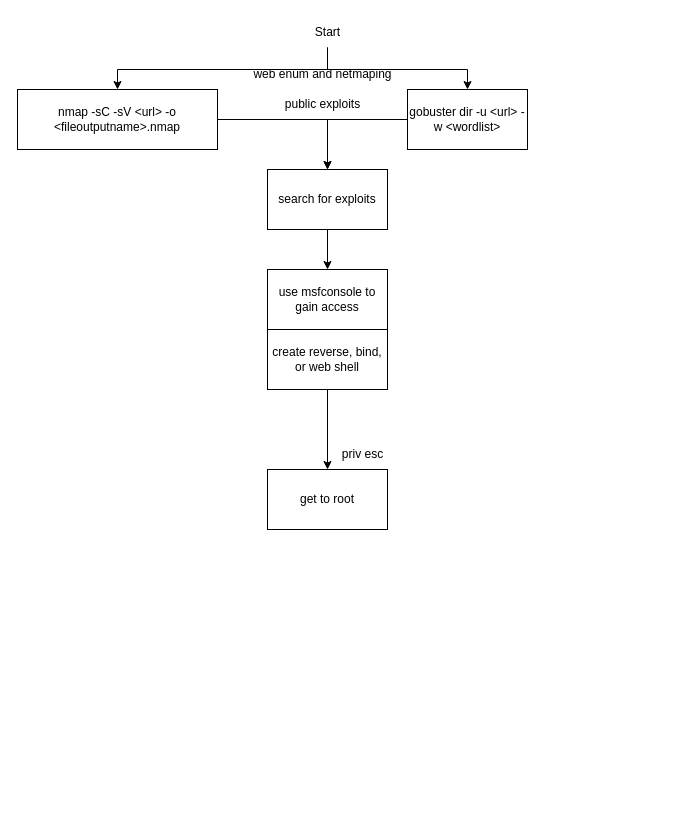
This is page "top-level" (1 of 3) of starting-point.drawio from aahuinink/htb, a draw.io file, before an edit. Source tidied: cells renumbered, new cells numbered last; positions are measured from the earlier drawing's top-left corner, leaving out a move shared by most shapes. Both pictures are drawn from the tidied source at 100%, with x=0, y=0 at pixel (17, 17).
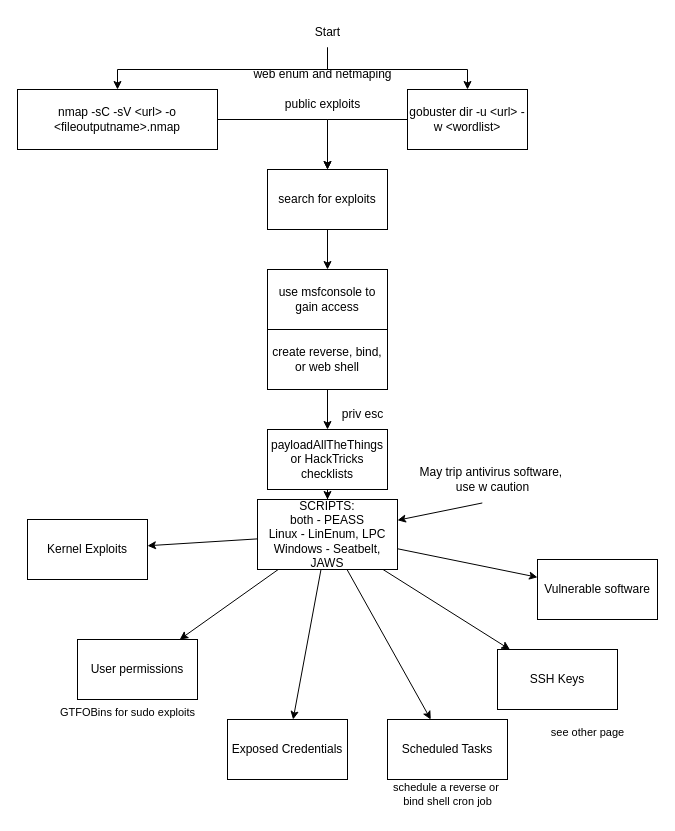
Above is the later version.

The edit, as a diff of the source:
```diff
@@
     <mxCell id="15" value="priv esc" style="text;html=1;align=center;verticalAlign=middle;strokeColor=none;fillColor=none;" parent="1" vertex="1">
-      <mxGeometry x="310" y="422" width="70" height="30" as="geometry" />
+      <mxGeometry x="310" y="382" width="70" height="30" as="geometry" />
     </mxCell>
@@
+    <mxCell id="19" style="edgeStyle=orthogonalEdgeStyle;rounded=0;jettySize=auto;html=1;" parent="1" edge="1" source="18" target="26">
+      <mxGeometry relative="1" as="geometry" />
+    </mxCell>
-    <mxCell id="18" value="get to root" style="whiteSpace=wrap;html=1;" parent="1" vertex="1">
-      <mxGeometry x="250" y="452" width="120" height="60" as="geometry" />
+    <mxCell id="18" value="payloadAllTheThings or HackTricks checklists" style="whiteSpace=wrap;html=1;" parent="1" vertex="1">
+      <mxGeometry x="250" y="412" width="120" height="60" as="geometry" />
     </mxCell>
+    <mxCell id="20" style="edgeStyle=none;shape=connector;rounded=0;jettySize=auto;html=1;strokeColor=default;align=center;verticalAlign=middle;fontFamily=Helvetica;fontSize=11;fontColor=default;labelBackgroundColor=default;endArrow=classic;" parent="1" edge="1" source="26" target="29">
+      <mxGeometry relative="1" as="geometry" />
+    </mxCell>
+    <mxCell id="21" style="edgeStyle=none;shape=connector;rounded=0;jettySize=auto;html=1;strokeColor=default;align=center;verticalAlign=middle;fontFamily=Helvetica;fontSize=11;fontColor=default;labelBackgroundColor=default;endArrow=classic;" parent="1" edge="1" source="26" target="30">
+      <mxGeometry relative="1" as="geometry" />
+    </mxCell>
+    <mxCell id="22" style="edgeStyle=none;shape=connector;rounded=0;jettySize=auto;html=1;strokeColor=default;align=center;verticalAlign=middle;fontFamily=Helvetica;fontSize=11;fontColor=default;labelBackgroundColor=default;endArrow=classic;" parent="1" edge="1" source="26" target="31">
+      <mxGeometry relative="1" as="geometry" />
+    </mxCell>
+    <mxCell id="23" style="edgeStyle=none;shape=connector;rounded=0;jettySize=auto;html=1;strokeColor=default;align=center;verticalAlign=middle;fontFamily=Helvetica;fontSize=11;fontColor=default;labelBackgroundColor=default;endArrow=classic;" parent="1" edge="1" source="26" target="32">
+      <mxGeometry relative="1" as="geometry" />
+    </mxCell>
+    <mxCell id="24" style="edgeStyle=none;shape=connector;rounded=0;jettySize=auto;html=1;strokeColor=default;align=center;verticalAlign=middle;fontFamily=Helvetica;fontSize=11;fontColor=default;labelBackgroundColor=default;endArrow=classic;" parent="1" edge="1" source="26" target="33">
+      <mxGeometry relative="1" as="geometry" />
+    </mxCell>
+    <mxCell id="25" style="edgeStyle=none;shape=connector;rounded=0;jettySize=auto;html=1;strokeColor=default;align=center;verticalAlign=middle;fontFamily=Helvetica;fontSize=11;fontColor=default;labelBackgroundColor=default;endArrow=classic;" parent="1" edge="1" source="26" target="34">
+      <mxGeometry relative="1" as="geometry" />
+    </mxCell>
+    <mxCell id="26" value="&lt;div&gt;SCRIPTS:&lt;/div&gt;&lt;div&gt;both - PEASS&lt;br&gt;&lt;/div&gt;&lt;div&gt;Linux - LinEnum, LPC&lt;/div&gt;&lt;div&gt;Windows - Seatbelt, JAWS&lt;br&gt;&lt;/div&gt;" style="whiteSpace=wrap;html=1;" parent="1" vertex="1">
+      <mxGeometry x="240" y="482" width="140" height="70" as="geometry" />
+    </mxCell>
+    <mxCell id="27" style="rounded=0;jettySize=auto;html=1;exitX=0.44;exitY=1.087;exitDx=0;exitDy=0;exitPerimeter=0;" parent="1" edge="1" source="28" target="26">
+      <mxGeometry relative="1" as="geometry" />
+    </mxCell>
+    <mxCell id="28" value="&lt;div&gt;May trip antivirus software,&amp;nbsp;&lt;/div&gt;&lt;div&gt;use w caution&lt;/div&gt;" style="text;html=1;align=center;verticalAlign=middle;points=[];strokeColor=none;fillColor=none;" parent="1" vertex="1">
+      <mxGeometry x="390" y="442" width="170" height="40" as="geometry" />
+    </mxCell>
+    <mxCell id="29" value="Kernel Exploits" style="whiteSpace=wrap;html=1;" parent="1" vertex="1">
+      <mxGeometry x="10" y="502" width="120" height="60" as="geometry" />
+    </mxCell>
+    <mxCell id="30" value="Vulnerable software" style="whiteSpace=wrap;html=1;" parent="1" vertex="1">
+      <mxGeometry x="520" y="542" width="120" height="60" as="geometry" />
+    </mxCell>
+    <mxCell id="31" value="User permissions" style="whiteSpace=wrap;html=1;" parent="1" vertex="1">
+      <mxGeometry x="60" y="622" width="120" height="60" as="geometry" />
+    </mxCell>
+    <mxCell id="32" value="Scheduled Tasks" style="whiteSpace=wrap;html=1;" parent="1" vertex="1">
+      <mxGeometry x="370" y="702" width="120" height="60" as="geometry" />
+    </mxCell>
+    <mxCell id="33" value="Exposed Credentials" style="whiteSpace=wrap;html=1;" parent="1" vertex="1">
+      <mxGeometry x="210" y="702" width="120" height="60" as="geometry" />
+    </mxCell>
+    <mxCell id="34" value="SSH Keys" style="whiteSpace=wrap;html=1;" parent="1" vertex="1">
+      <mxGeometry x="480" y="632" width="120" height="60" as="geometry" />
+    </mxCell>
+    <mxCell id="35" value="GTFOBins for sudo exploits" style="text;html=1;align=center;verticalAlign=middle;strokeColor=none;fillColor=none;fontFamily=Helvetica;fontSize=11;fontColor=default;labelBackgroundColor=default;" parent="1" vertex="1">
+      <mxGeometry x="30" y="680" width="160" height="30" as="geometry" />
+    </mxCell>
+    <mxCell id="36" value="&lt;div&gt;schedule a reverse or&amp;nbsp;&lt;/div&gt;&lt;div&gt;bind shell cron job&lt;/div&gt;" style="text;html=1;align=center;verticalAlign=middle;strokeColor=none;fillColor=none;fontFamily=Helvetica;fontSize=11;fontColor=default;labelBackgroundColor=default;" parent="1" vertex="1">
+      <mxGeometry x="365" y="757" width="130" height="40" as="geometry" />
+    </mxCell>
+    <mxCell id="37" value="see other page" style="text;html=1;align=center;verticalAlign=middle;strokeColor=none;fillColor=none;fontFamily=Helvetica;fontSize=11;fontColor=default;labelBackgroundColor=default;" parent="1" vertex="1">
+      <mxGeometry x="520" y="700" width="100" height="30" as="geometry" />
+    </mxCell>
```
